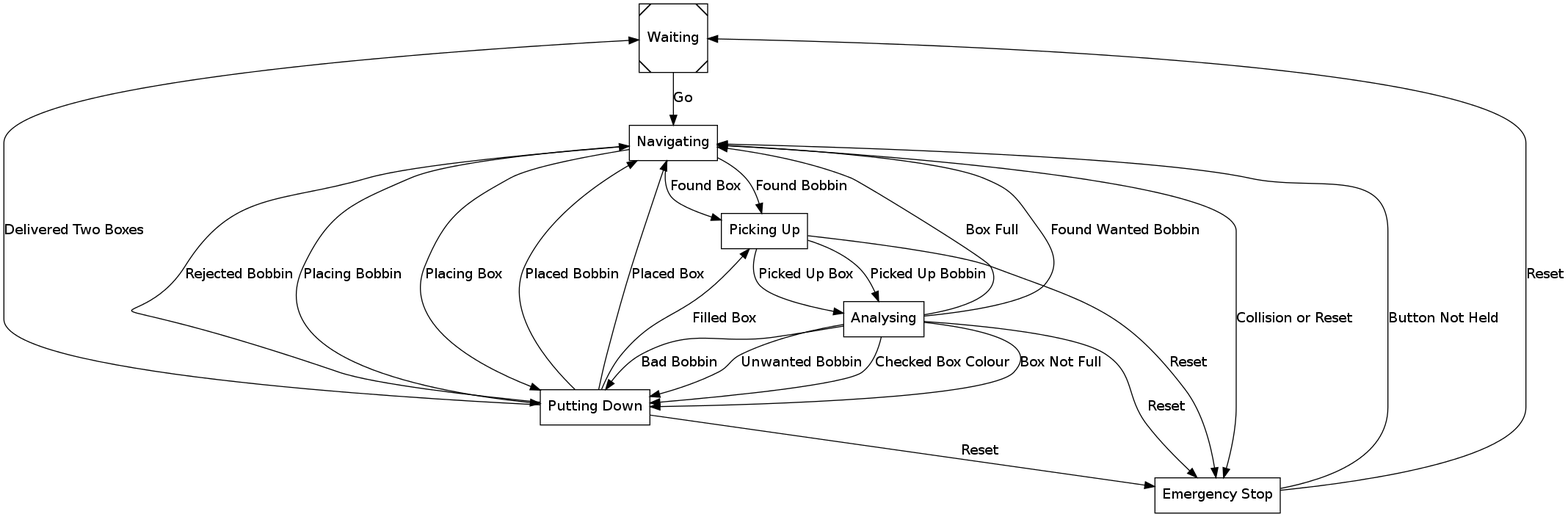
adamgreig/IDP keeps this Graphviz diagram as misc/mission_supervisor_state_machine.png. Above is the earlier version. Its source is kept beside it as misc/mission_supervisor_state_machine.dot. Its diagram source:
```dot
digraph state_machine {
    "Waiting" [shape=Msquare];
    "Emergency Stop" [shape=box];
    "Analysing" [shape=box];
    "Picking Up" [shape=box];
    "Putting Down" [shape=box];
    "Navigating" [shape=box];

    "Emergency Stop" -> "Waiting" [label="Reset"];
    "Emergency Stop" -> "Navigating" [label="Button Not Held"];
    "Navigating" -> "Picking Up" [label="Found Bobbin"];
    "Navigating" -> "Picking Up" [label="Found Box"];
    "Navigating" -> "Putting Down" [label="Placing Bobbin"];
    "Navigating" -> "Putting Down" [label="Placing Box"];
    "Navigating" -> "Emergency Stop" [label="Collision or Reset"];
    "Picking Up" -> "Analysing" [label="Picked Up Bobbin"];
    "Picking Up" -> "Analysing" [label="Picked Up Box"];
    "Picking Up" -> "Emergency Stop" [label="Reset"];
    "Putting Down" -> "Navigating" [label="Placed Bobbin"];
    "Putting Down" -> "Navigating" [label="Rejected Bobbin"];
    "Putting Down" -> "Navigating" [label="Placed Box"];
    "Putting Down" -> "Waiting" [label="Delivered Two Boxes"];
    "Putting Down" -> "Emergency Stop" [label="Reset"];
    "Putting Down" -> "Picking Up" [label="Filled Box"];
    "Analysing" -> "Putting Down" [label="Bad Bobbin"];
    "Analysing" -> "Putting Down" [label="Unwanted Bobbin"];
    "Analysing" -> "Putting Down" [label="Checked Box Colour"];
    "Analysing" -> "Putting Down" [label="Box Not Full"];
    "Analysing" -> "Navigating" [label="Found Wanted Bobbin"];
    "Analysing" -> "Navigating" [label="Box Full"];
    "Analysing" -> "Emergency Stop" [label="Reset"];
    "Waiting" -> "Navigating" [label="Go"];

}
```
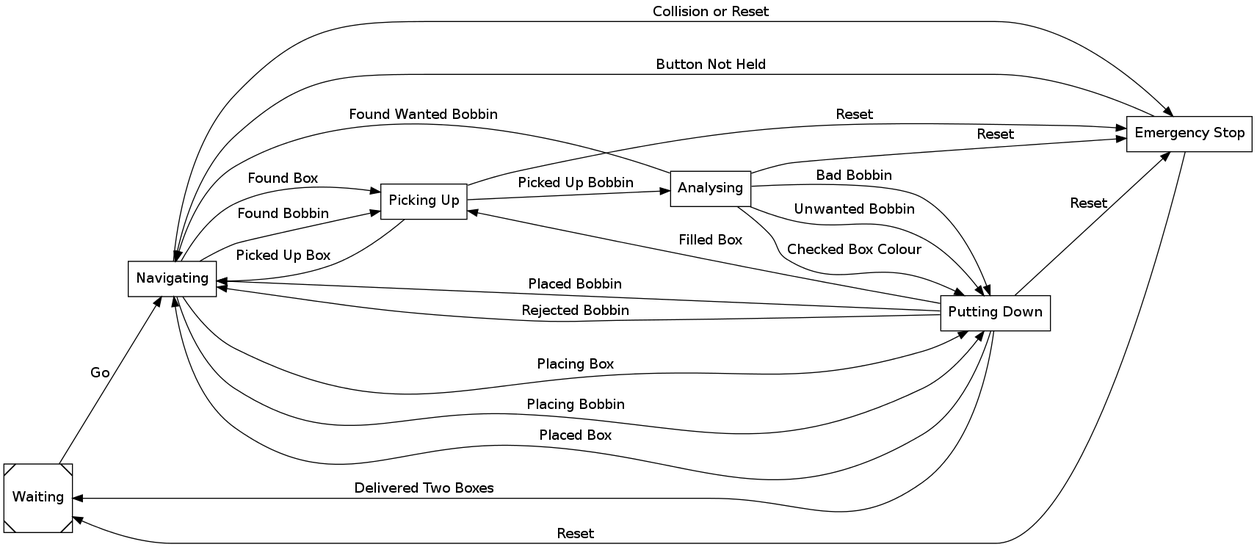
After the change.

Commit message:
updated state machine to account for removal of strain guage

The edit, as a diff of the source:
```diff
@@ -1,4 +1,5 @@
 digraph state_machine {
+    rankdir="LR";
     "Waiting" [shape=Msquare];
     "Emergency Stop" [shape=box];
     "Analysing" [shape=box];
@@ -14,7 +15,7 @@
     "Navigating" -> "Putting Down" [label="Placing Box"];
     "Navigating" -> "Emergency Stop" [label="Collision or Reset"];
     "Picking Up" -> "Analysing" [label="Picked Up Bobbin"];
-    "Picking Up" -> "Analysing" [label="Picked Up Box"];
+    "Picking Up" -> "Navigating" [label="Picked Up Box"];
     "Picking Up" -> "Emergency Stop" [label="Reset"];
     "Putting Down" -> "Navigating" [label="Placed Bobbin"];
     "Putting Down" -> "Navigating" [label="Rejected Bobbin"];
@@ -25,9 +26,7 @@
     "Analysing" -> "Putting Down" [label="Bad Bobbin"];
     "Analysing" -> "Putting Down" [label="Unwanted Bobbin"];
     "Analysing" -> "Putting Down" [label="Checked Box Colour"];
-    "Analysing" -> "Putting Down" [label="Box Not Full"];
     "Analysing" -> "Navigating" [label="Found Wanted Bobbin"];
-    "Analysing" -> "Navigating" [label="Box Full"];
     "Analysing" -> "Emergency Stop" [label="Reset"];
     "Waiting" -> "Navigating" [label="Go"];
 
```
